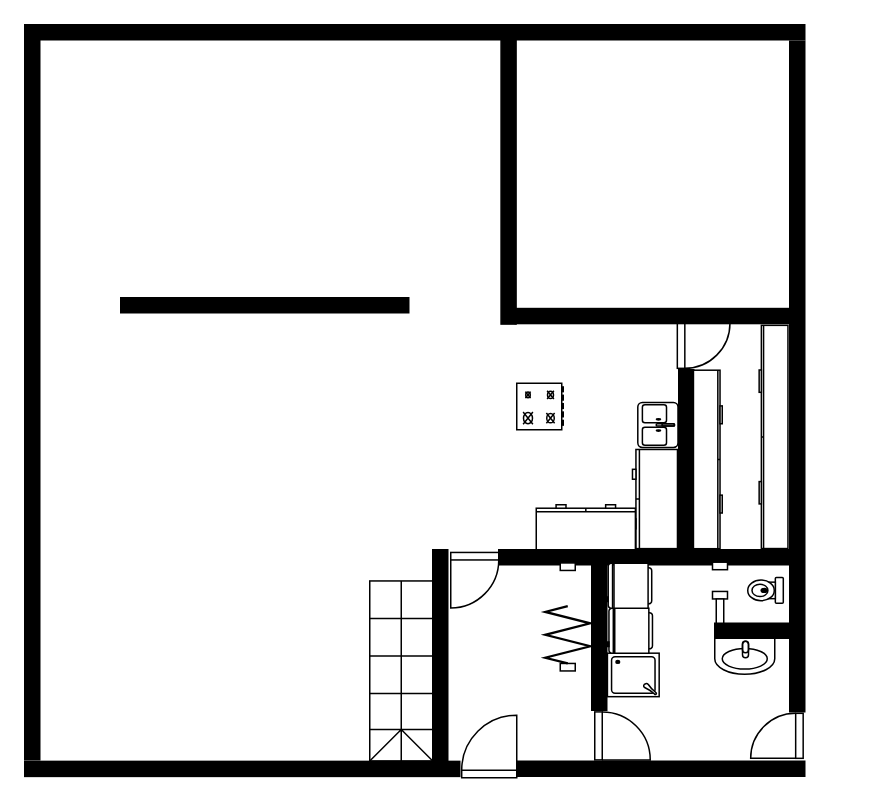
The draw.io diagram House.drawio in AlexProv/Draw, before the edit. Source tidied: cells renumbered, new cells numbered last; positions are measured from the earlier drawing's top-left corner, leaving out a move shared by most shapes. Both pictures are drawn from the tidied source at 150%, with x=0, y=0 at pixel (24, 24).
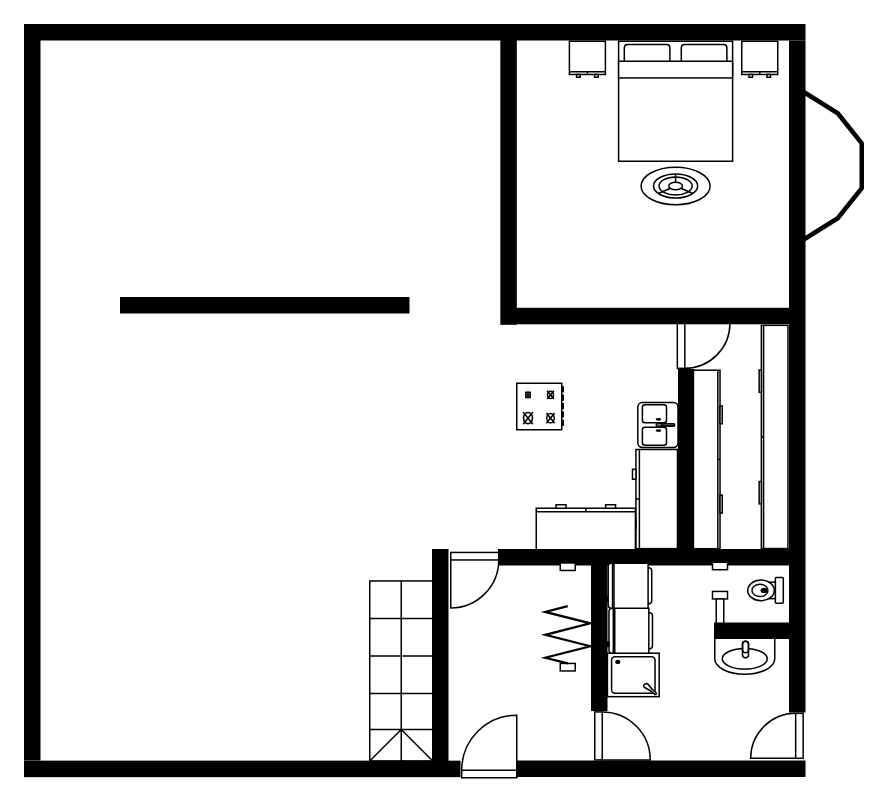
Above is the later version.

The edit, as a diff of the source:
```diff
@@
+    <mxCell id="35" style="verticalLabelPosition=bottom;html=1;verticalAlign=top;align=center;shape=mxgraph.floorplan.bed_double;" parent="1" vertex="1">
+      <mxGeometry x="395.9" y="11" width="76" height="80" as="geometry" />
+    </mxCell>
+    <mxCell id="36" style="verticalLabelPosition=bottom;html=1;verticalAlign=top;align=center;shape=mxgraph.floorplan.dresser;" parent="1" vertex="1">
+      <mxGeometry x="478" y="11" width="24" height="24" as="geometry" />
+    </mxCell>
+    <mxCell id="37" style="verticalLabelPosition=bottom;html=1;verticalAlign=top;align=center;shape=mxgraph.floorplan.dresser;" parent="1" vertex="1">
+      <mxGeometry x="363.1" y="11" width="24" height="24" as="geometry" />
+    </mxCell>
+    <mxCell id="38" style="verticalLabelPosition=bottom;html=1;verticalAlign=top;align=center;shape=mxgraph.floorplan.floor_lamp;" parent="1" vertex="1">
+      <mxGeometry x="410.9" y="95" width="46" height="25" as="geometry" />
+    </mxCell>
+    <mxCell id="39" style="verticalLabelPosition=bottom;html=1;verticalAlign=top;align=center;shape=mxgraph.floorplan.windowBay;strokeWidth=3;rotation=-90;" parent="1" vertex="1">
+      <mxGeometry x="488" y="74" width="100" height="40" as="geometry" />
+    </mxCell>
```
